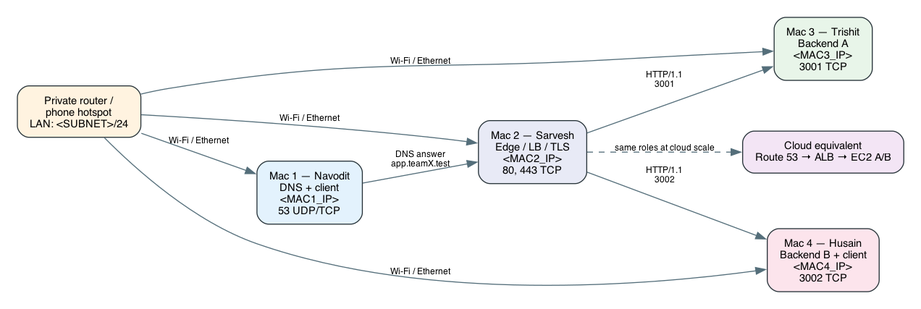
HusainNST/CN keeps this Graphviz diagram as 01_architecture/topology.png. Above is the earlier version. Its source is kept beside it as 01_architecture/topology.dot. Its diagram source:
```dot
digraph topology {
    graph [rankdir=LR, bgcolor="white", pad="0.25", nodesep="0.55", ranksep="0.8"];
    node [shape=box, style="rounded,filled", fontname="Helvetica", fontsize=11, margin="0.18,0.12", color="#263238"];
    edge [fontname="Helvetica", fontsize=9, color="#546e7a"];

    network [label="Private router /\nphone hotspot\nLAN: <SUBNET>/24", fillcolor="#fff3e0"];
    mac1 [label="Mac 1 — Navodit\nDNS + client\n<MAC1_IP>\n53 UDP/TCP", fillcolor="#e3f2fd"];
    mac2 [label="Mac 2 — Sarvesh\nEdge / LB / TLS\n<MAC2_IP>\n80, 443 TCP", fillcolor="#e8eaf6"];
    mac3 [label="Mac 3 — Trishit\nBackend A\n<MAC3_IP>\n3001 TCP", fillcolor="#e8f5e9"];
    mac4 [label="Mac 4 — Husain\nBackend B + client\n<MAC4_IP>\n3002 TCP", fillcolor="#fce4ec"];
    cloud [label="Cloud equivalent\nRoute 53 → ALB → EC2 A/B", fillcolor="#f3e5f5"];

    network -> mac1 [label="Wi-Fi / Ethernet"];
    network -> mac2 [label="Wi-Fi / Ethernet"];
    network -> mac3 [label="Wi-Fi / Ethernet"];
    network -> mac4 [label="Wi-Fi / Ethernet"];
    mac1 -> mac2 [label="DNS answer\napp.teamX.test"];
    mac2 -> mac3 [label="HTTP/1.1\n3001"];
    mac2 -> mac4 [label="HTTP/1.1\n3002"];
    mac2 -> cloud [style=dashed, label="same roles at cloud scale"];
}
```
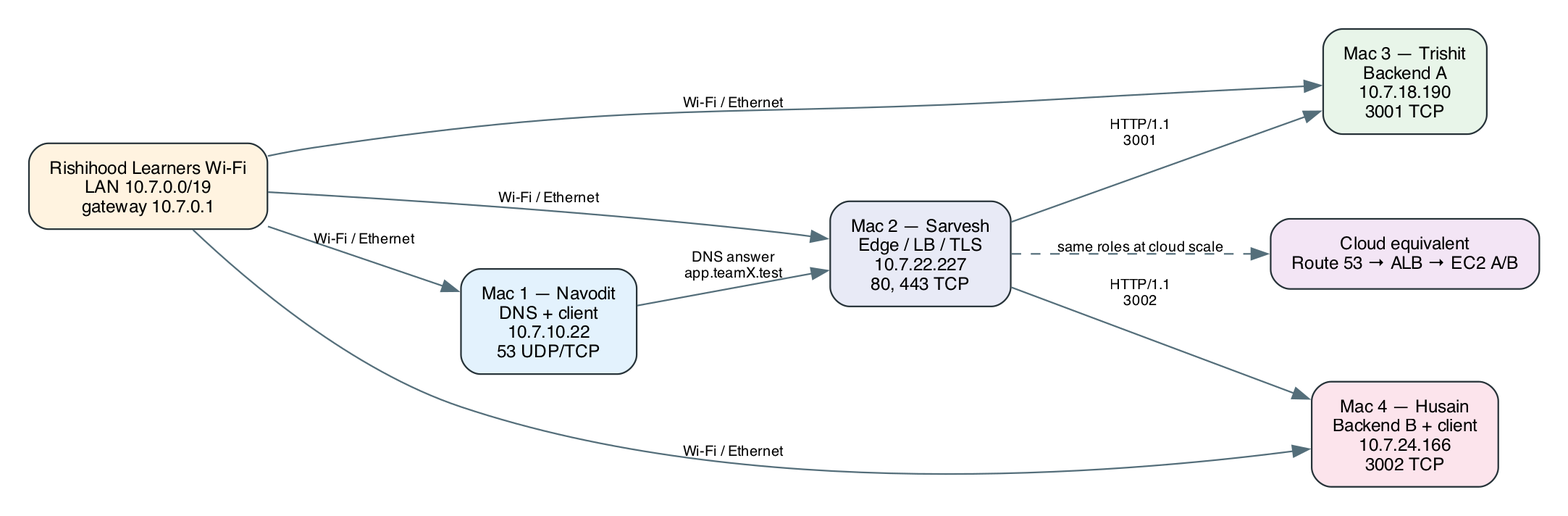
The same file after the commit.

Change to the diagram source:
```diff
@@ -3,11 +3,11 @@
     node [shape=box, style="rounded,filled", fontname="Helvetica", fontsize=11, margin="0.18,0.12", color="#263238"];
     edge [fontname="Helvetica", fontsize=9, color="#546e7a"];
 
-    network [label="Private router /\nphone hotspot\nLAN: <SUBNET>/24", fillcolor="#fff3e0"];
-    mac1 [label="Mac 1 — Navodit\nDNS + client\n<MAC1_IP>\n53 UDP/TCP", fillcolor="#e3f2fd"];
-    mac2 [label="Mac 2 — Sarvesh\nEdge / LB / TLS\n<MAC2_IP>\n80, 443 TCP", fillcolor="#e8eaf6"];
-    mac3 [label="Mac 3 — Trishit\nBackend A\n<MAC3_IP>\n3001 TCP", fillcolor="#e8f5e9"];
-    mac4 [label="Mac 4 — Husain\nBackend B + client\n<MAC4_IP>\n3002 TCP", fillcolor="#fce4ec"];
+    network [label="Rishihood Learners Wi-Fi\nLAN 10.7.0.0/19\ngateway 10.7.0.1", fillcolor="#fff3e0"];
+    mac1 [label="Mac 1 — Navodit\nDNS + client\n10.7.10.22\n53 UDP/TCP", fillcolor="#e3f2fd"];
+    mac2 [label="Mac 2 — Sarvesh\nEdge / LB / TLS\n10.7.22.227\n80, 443 TCP", fillcolor="#e8eaf6"];
+    mac3 [label="Mac 3 — Trishit\nBackend A\n10.7.18.190\n3001 TCP", fillcolor="#e8f5e9"];
+    mac4 [label="Mac 4 — Husain\nBackend B + client\n10.7.24.166\n3002 TCP", fillcolor="#fce4ec"];
     cloud [label="Cloud equivalent\nRoute 53 → ALB → EC2 A/B", fillcolor="#f3e5f5"];
 
     network -> mac1 [label="Wi-Fi / Ethernet"];
```
